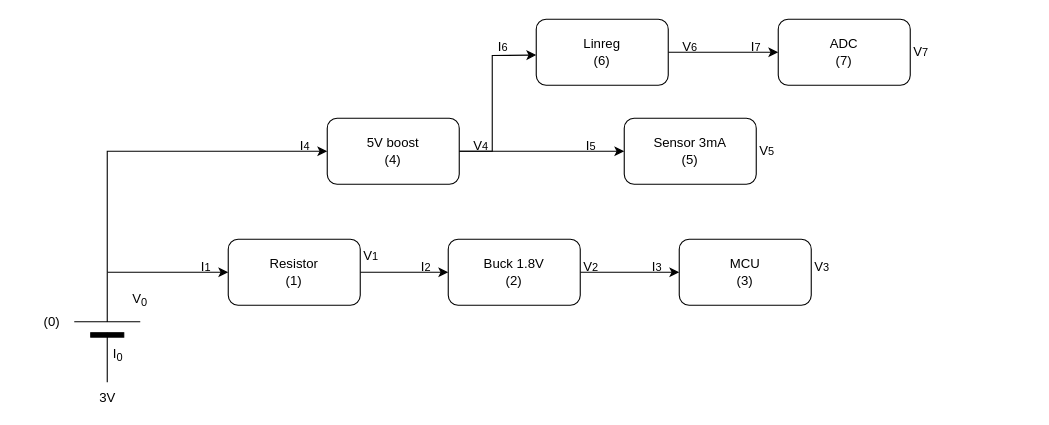
Earlier version of the draw.io diagram work/case_1.drawio (geddy11/tmp_sl). Source tidied: cells renumbered, new cells numbered last; positions are measured from the earlier drawing's top-left corner, leaving out a move shared by most shapes. Both pictures are drawn from the tidied source at 110%, with x=0, y=0 at pixel (19, 19).
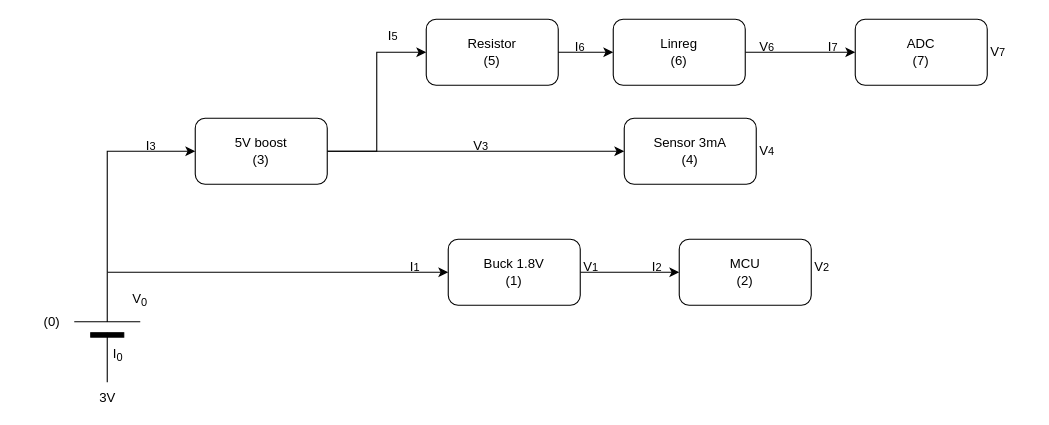
After the change.

The change refers to these unchanged cells:
```xml
<mxCell id="2" value="3V" style="verticalLabelPosition=bottom;shadow=0;dashed=0;align=center;fillColor=strokeColor;html=1;verticalAlign=top;strokeWidth=1;shape=mxgraph.electrical.miscellaneous.monocell_battery;direction=north;" parent="1" vertex="1">
  <mxGeometry x="50" y="230" width="60" height="100" as="geometry" />
</mxCell>
```

What changed in the source:
```diff
@@
-    <mxCell id="4" value="Buck 1.8V&lt;br&gt;(2)" style="rounded=1;whiteSpace=wrap;html=1;" parent="1" vertex="1">
+    <mxCell id="4" value="Buck 1.8V&lt;br&gt;(1)" style="rounded=1;whiteSpace=wrap;html=1;" parent="1" vertex="1">
       <mxGeometry x="390" y="200" width="120" height="60" as="geometry" />
     </mxCell>
-    <mxCell id="5" style="endArrow=classic;html=1;rounded=0;exitX=1;exitY=0.5;exitDx=0;exitDy=0;exitPerimeter=0;entryX=0;entryY=0.5;entryDx=0;entryDy=0;" parent="1" edge="1" source="2" target="12">
+    <mxCell id="5" style="endArrow=classic;html=1;rounded=0;exitX=1;exitY=0.5;exitDx=0;exitDy=0;exitPerimeter=0;entryX=0;entryY=0.5;entryDx=0;entryDy=0;" parent="1" edge="1" source="2" target="4">
       <mxGeometry relative="1" as="geometry" />
     </mxCell>
@@
+    <mxCell id="34" style="edgeStyle=orthogonalEdgeStyle;rounded=0;jettySize=auto;html=1;exitX=1;exitY=0.5;exitDx=0;exitDy=0;entryX=0;entryY=0.5;entryDx=0;entryDy=0;" parent="1" edge="1" source="7" target="12">
+      <mxGeometry relative="1" as="geometry" />
+    </mxCell>
-    <mxCell id="7" value="5V boost&lt;br&gt;(4)" style="rounded=1;whiteSpace=wrap;html=1;" parent="1" vertex="1">
-      <mxGeometry x="280" y="90" width="120" height="60" as="geometry" />
+    <mxCell id="7" value="5V boost&lt;br&gt;(3)" style="rounded=1;whiteSpace=wrap;html=1;" parent="1" vertex="1">
+      <mxGeometry x="160" y="90" width="120" height="60" as="geometry" />
     </mxCell>
@@
-    <mxCell id="9" value="MCU&lt;br&gt;(3)" style="rounded=1;whiteSpace=wrap;html=1;" parent="1" vertex="1">
+    <mxCell id="9" value="MCU&lt;br&gt;(2)" style="rounded=1;whiteSpace=wrap;html=1;" parent="1" vertex="1">
       <mxGeometry x="600" y="200" width="120" height="60" as="geometry" />
     </mxCell>
-    <mxCell id="10" value="Sensor 3mA &lt;br&gt;(5)" style="rounded=1;whiteSpace=wrap;html=1;" parent="1" vertex="1">
+    <mxCell id="10" value="Sensor 3mA &lt;br&gt;(4)" style="rounded=1;whiteSpace=wrap;html=1;" parent="1" vertex="1">
       <mxGeometry x="550" y="90" width="120" height="60" as="geometry" />
     </mxCell>
-    <mxCell id="11" style="edgeStyle=orthogonalEdgeStyle;rounded=0;jettySize=auto;html=1;exitX=1;exitY=0.5;exitDx=0;exitDy=0;entryX=0;entryY=0.5;entryDx=0;entryDy=0;" parent="1" edge="1" source="12" target="4">
-      <mxGeometry relative="1" as="geometry" />
-    </mxCell>
-    <mxCell id="12" value="Resistor&lt;br&gt;(1)" style="rounded=1;whiteSpace=wrap;html=1;" parent="1" vertex="1">
-      <mxGeometry x="190" y="200" width="120" height="60" as="geometry" />
+    <mxCell id="12" value="Resistor&lt;br&gt;(5)" style="rounded=1;whiteSpace=wrap;html=1;" parent="1" vertex="1">
+      <mxGeometry x="370" width="120" height="60" as="geometry" />
     </mxCell>
@@
-    <mxCell id="15" value="V&lt;span style=&quot;font-size: 10px;&quot;&gt;1&lt;/span&gt;" style="text;html=1;strokeColor=none;fillColor=none;align=center;verticalAlign=middle;whiteSpace=wrap;rounded=0;" parent="1" vertex="1">
-      <mxGeometry x="290" y="200" width="60" height="30" as="geometry" />
-    </mxCell>
-    <mxCell id="16" value="V&lt;span style=&quot;font-size: 10px;&quot;&gt;2&lt;/span&gt;" style="text;html=1;strokeColor=none;fillColor=none;align=center;verticalAlign=middle;whiteSpace=wrap;rounded=0;" parent="1" vertex="1">
+    <mxCell id="16" value="V&lt;span style=&quot;font-size: 10px;&quot;&gt;1&lt;/span&gt;" style="text;html=1;strokeColor=none;fillColor=none;align=center;verticalAlign=middle;whiteSpace=wrap;rounded=0;" parent="1" vertex="1">
       <mxGeometry x="490" y="210" width="60" height="30" as="geometry" />
     </mxCell>
-    <mxCell id="17" value="V&lt;span style=&quot;font-size: 10px;&quot;&gt;3&lt;/span&gt;" style="text;html=1;strokeColor=none;fillColor=none;align=center;verticalAlign=middle;whiteSpace=wrap;rounded=0;" parent="1" vertex="1">
+    <mxCell id="17" value="V&lt;span style=&quot;font-size: 10px;&quot;&gt;2&lt;/span&gt;" style="text;html=1;strokeColor=none;fillColor=none;align=center;verticalAlign=middle;whiteSpace=wrap;rounded=0;" parent="1" vertex="1">
       <mxGeometry x="700" y="210" width="60" height="30" as="geometry" />
     </mxCell>
-    <mxCell id="18" value="V&lt;span style=&quot;font-size: 10px;&quot;&gt;4&lt;/span&gt;" style="text;html=1;strokeColor=none;fillColor=none;align=center;verticalAlign=middle;whiteSpace=wrap;rounded=0;" parent="1" vertex="1">
+    <mxCell id="18" value="V&lt;span style=&quot;font-size: 10px;&quot;&gt;3&lt;/span&gt;" style="text;html=1;strokeColor=none;fillColor=none;align=center;verticalAlign=middle;whiteSpace=wrap;rounded=0;" parent="1" vertex="1">
       <mxGeometry x="390" y="100" width="60" height="30" as="geometry" />
     </mxCell>
-    <mxCell id="19" value="V&lt;span style=&quot;font-size: 10px;&quot;&gt;5&lt;/span&gt;" style="text;html=1;strokeColor=none;fillColor=none;align=center;verticalAlign=middle;whiteSpace=wrap;rounded=0;" parent="1" vertex="1">
+    <mxCell id="19" value="V&lt;span style=&quot;font-size: 10px;&quot;&gt;4&lt;/span&gt;" style="text;html=1;strokeColor=none;fillColor=none;align=center;verticalAlign=middle;whiteSpace=wrap;rounded=0;" parent="1" vertex="1">
       <mxGeometry x="650" y="105" width="60" height="30" as="geometry" />
     </mxCell>
@@
     <mxCell id="21" value="I&lt;span style=&quot;font-size: 10px;&quot;&gt;1&lt;/span&gt;" style="text;html=1;strokeColor=none;fillColor=none;align=center;verticalAlign=middle;whiteSpace=wrap;rounded=0;" parent="1" vertex="1">
-      <mxGeometry x="140" y="210" width="60" height="30" as="geometry" />
+      <mxGeometry x="330" y="210" width="60" height="30" as="geometry" />
     </mxCell>
-    <mxCell id="22" value="I&lt;span style=&quot;font-size: 10px;&quot;&gt;4&lt;/span&gt;" style="text;html=1;strokeColor=none;fillColor=none;align=center;verticalAlign=middle;whiteSpace=wrap;rounded=0;" parent="1" vertex="1">
-      <mxGeometry x="230" y="100" width="60" height="30" as="geometry" />
+    <mxCell id="22" value="I&lt;span style=&quot;font-size: 10px;&quot;&gt;3&lt;/span&gt;" style="text;html=1;strokeColor=none;fillColor=none;align=center;verticalAlign=middle;whiteSpace=wrap;rounded=0;" parent="1" vertex="1">
+      <mxGeometry x="90" y="100" width="60" height="30" as="geometry" />
     </mxCell>
-    <mxCell id="23" value="I&lt;span style=&quot;font-size: 10px;&quot;&gt;2&lt;/span&gt;" style="text;html=1;strokeColor=none;fillColor=none;align=center;verticalAlign=middle;whiteSpace=wrap;rounded=0;" parent="1" vertex="1">
-      <mxGeometry x="340" y="210" width="60" height="30" as="geometry" />
-    </mxCell>
     <mxCell id="24" value="I&lt;span style=&quot;font-size: 10px;&quot;&gt;5&lt;/span&gt;" style="text;html=1;strokeColor=none;fillColor=none;align=center;verticalAlign=middle;whiteSpace=wrap;rounded=0;" parent="1" vertex="1">
-      <mxGeometry x="490" y="100" width="60" height="30" as="geometry" />
+      <mxGeometry x="310" width="60" height="30" as="geometry" />
     </mxCell>
-    <mxCell id="25" value="I&lt;span style=&quot;font-size: 10px;&quot;&gt;3&lt;/span&gt;" style="text;html=1;strokeColor=none;fillColor=none;align=center;verticalAlign=middle;whiteSpace=wrap;rounded=0;" parent="1" vertex="1">
+    <mxCell id="25" value="I&lt;span style=&quot;font-size: 10px;&quot;&gt;2&lt;/span&gt;" style="text;html=1;strokeColor=none;fillColor=none;align=center;verticalAlign=middle;whiteSpace=wrap;rounded=0;" parent="1" vertex="1">
       <mxGeometry x="550" y="210" width="60" height="30" as="geometry" />
     </mxCell>
@@
     <mxCell id="27" value="Linreg&lt;br&gt;(6)" style="rounded=1;whiteSpace=wrap;html=1;" parent="1" vertex="1">
-      <mxGeometry x="470" width="120" height="60" as="geometry" />
+      <mxGeometry x="540" width="120" height="60" as="geometry" />
     </mxCell>
     <mxCell id="28" value="ADC&lt;br&gt;(7)" style="rounded=1;whiteSpace=wrap;html=1;" parent="1" vertex="1">
-      <mxGeometry x="690" width="120" height="60" as="geometry" />
+      <mxGeometry x="760" width="120" height="60" as="geometry" />
     </mxCell>
     <mxCell id="29" value="I&lt;span style=&quot;font-size: 10px;&quot;&gt;6&lt;/span&gt;" style="text;html=1;strokeColor=none;fillColor=none;align=center;verticalAlign=middle;whiteSpace=wrap;rounded=0;" parent="1" vertex="1">
-      <mxGeometry x="410" y="10" width="60" height="30" as="geometry" />
+      <mxGeometry x="480" y="10" width="60" height="30" as="geometry" />
     </mxCell>
     <mxCell id="30" value="I&lt;span style=&quot;font-size: 10px;&quot;&gt;7&lt;/span&gt;" style="text;html=1;strokeColor=none;fillColor=none;align=center;verticalAlign=middle;whiteSpace=wrap;rounded=0;" parent="1" vertex="1">
-      <mxGeometry x="640" y="10" width="60" height="30" as="geometry" />
+      <mxGeometry x="710" y="10" width="60" height="30" as="geometry" />
     </mxCell>
     <mxCell id="31" value="V&lt;span style=&quot;font-size: 10px;&quot;&gt;6&lt;/span&gt;" style="text;html=1;strokeColor=none;fillColor=none;align=center;verticalAlign=middle;whiteSpace=wrap;rounded=0;" parent="1" vertex="1">
-      <mxGeometry x="580" y="10" width="60" height="30" as="geometry" />
+      <mxGeometry x="650" y="10" width="60" height="30" as="geometry" />
     </mxCell>
-    <mxCell id="32" style="endArrow=classic;html=1;rounded=0;entryX=1;entryY=0.75;entryDx=0;entryDy=0;" parent="1" edge="1" target="29">
-      <mxGeometry relative="1" as="geometry">
-        <mxPoint x="400" y="120" as="sourcePoint" />
-        <Array as="points">
-          <mxPoint x="430" y="120" />
-          <mxPoint x="430" y="33" />
-        </Array>
-      </mxGeometry>
-    </mxCell>
     <mxCell id="33" value="V&lt;span style=&quot;font-size: 10px;&quot;&gt;7&lt;/span&gt;" style="text;html=1;strokeColor=none;fillColor=none;align=center;verticalAlign=middle;whiteSpace=wrap;rounded=0;" parent="1" vertex="1">
-      <mxGeometry x="790" y="15" width="60" height="30" as="geometry" />
+      <mxGeometry x="860" y="15" width="60" height="30" as="geometry" />
     </mxCell>
+    <mxCell id="35" style="endArrow=classic;html=1;rounded=0;exitX=1;exitY=0.5;exitDx=0;exitDy=0;entryX=0;entryY=0.5;entryDx=0;entryDy=0;" parent="1" edge="1" source="12" target="27">
+      <mxGeometry relative="1" as="geometry" />
+    </mxCell>
```
